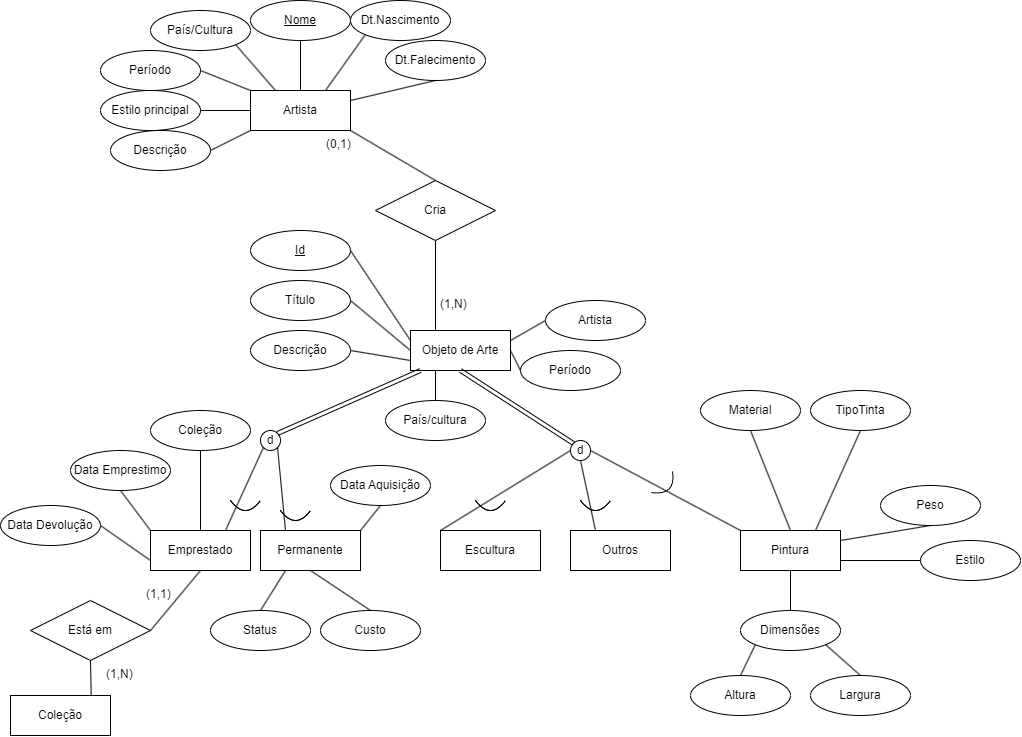
Earlier version of the draw.io export exercicio da prova.drawio.png (VitorFonseca123/ExerciciosACH2004_BD). Source tidied: cells renumbered, new cells last; positions are measured from the earlier drawing's top-left corner, leaving out a move shared by most shapes.
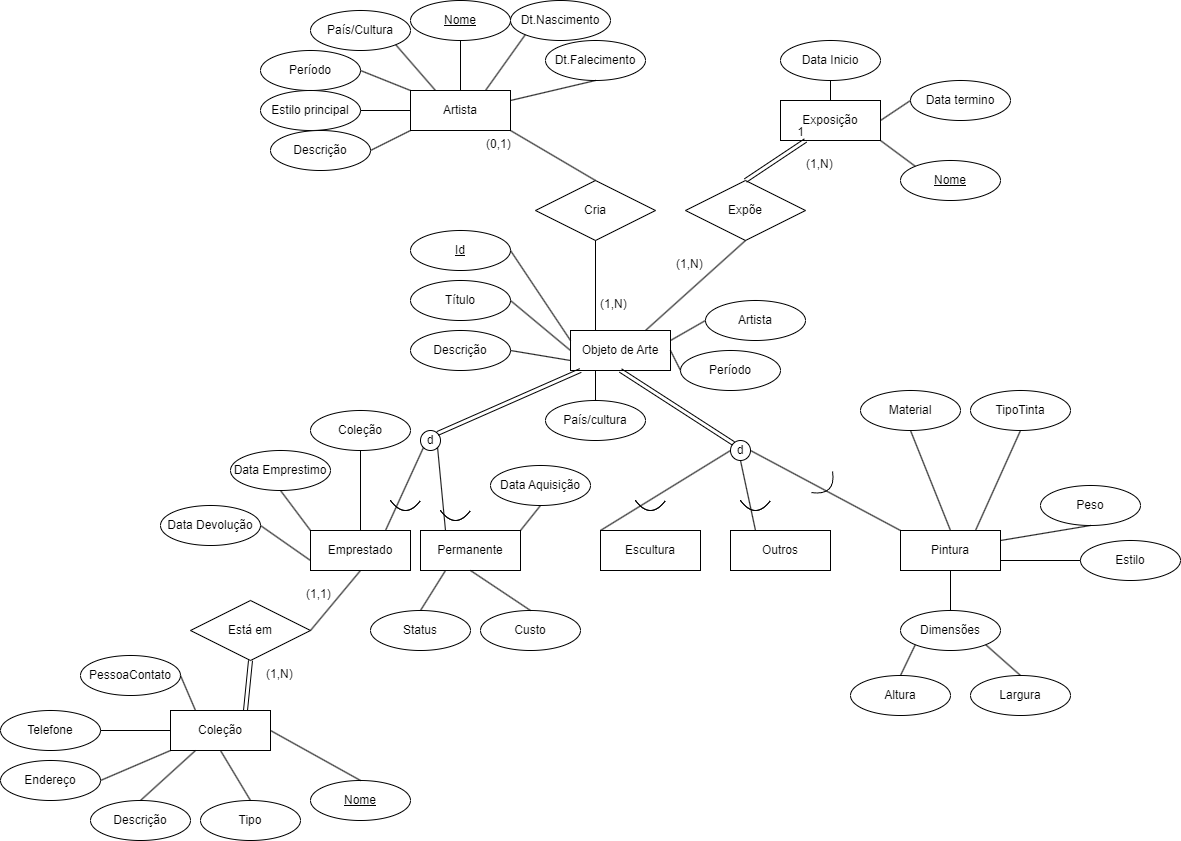
The same diagram one commit later.

The edit, as a diff of the source:
```diff
@@ -157,7 +157,7 @@
       <mxGeometry relative="1" as="geometry" />
     </mxCell>
     <mxCell id="52" value="Coleção" style="whiteSpace=wrap;html=1;align=center;" parent="1" vertex="1">
-      <mxGeometry x="10" y="695" width="100" height="40" as="geometry" />
+      <mxGeometry x="10" y="710" width="100" height="40" as="geometry" />
     </mxCell>
     <mxCell id="53" value="Está em" style="shape=rhombus;perimeter=rhombusPerimeter;whiteSpace=wrap;html=1;align=center;" parent="1" vertex="1">
       <mxGeometry x="30" y="600" width="120" height="60" as="geometry" />
@@ -165,9 +165,6 @@
     <mxCell id="54" style="endArrow=none;html=1;rounded=0;exitX=1;exitY=0.5;exitDx=0;exitDy=0;entryX=0.5;entryY=1;entryDx=0;entryDy=0;" parent="1" edge="1" source="53" target="34">
       <mxGeometry relative="1" as="geometry" />
     </mxCell>
-    <mxCell id="55" style="endArrow=none;html=1;rounded=0;exitX=0.5;exitY=1;exitDx=0;exitDy=0;entryX=0.807;entryY=-0.008;entryDx=0;entryDy=0;entryPerimeter=0;" parent="1" edge="1" source="53" target="52">
-      <mxGeometry relative="1" as="geometry" />
-    </mxCell>
     <mxCell id="56" value="(1,1)" style="text;strokeColor=none;fillColor=none;spacingLeft=4;spacingRight=4;overflow=hidden;fontSize=12;whiteSpace=wrap;html=1;" parent="1" vertex="1">
       <mxGeometry x="140" y="580" width="40" height="30" as="geometry" />
     </mxCell>
@@ -258,5 +255,83 @@
     <mxCell id="85" style="endArrow=none;html=1;rounded=0;exitX=1;exitY=0.5;exitDx=0;exitDy=0;entryX=0;entryY=0.5;entryDx=0;entryDy=0;" parent="1" edge="1" source="77" target="69">
       <mxGeometry relative="1" as="geometry" />
     </mxCell>
+    <mxCell id="86" value="Exposição" style="whiteSpace=wrap;html=1;align=center;" parent="1" vertex="1">
+      <mxGeometry x="620" y="100" width="100" height="40" as="geometry" />
+    </mxCell>
+    <mxCell id="87" value="Data Inicio" style="ellipse;whiteSpace=wrap;html=1;align=center;" parent="1" vertex="1">
+      <mxGeometry x="620" y="40" width="100" height="40" as="geometry" />
+    </mxCell>
+    <mxCell id="88" value="Data termino" style="ellipse;whiteSpace=wrap;html=1;align=center;" parent="1" vertex="1">
+      <mxGeometry x="750" y="80" width="100" height="40" as="geometry" />
+    </mxCell>
+    <mxCell id="89" value="Nome" style="ellipse;whiteSpace=wrap;html=1;align=center;fontStyle=4;" parent="1" vertex="1">
+      <mxGeometry x="740" y="160" width="100" height="40" as="geometry" />
+    </mxCell>
+    <mxCell id="90" style="endArrow=none;html=1;rounded=0;exitX=0;exitY=0;exitDx=0;exitDy=0;entryX=1;entryY=1;entryDx=0;entryDy=0;" parent="1" edge="1" source="89" target="86">
+      <mxGeometry relative="1" as="geometry" />
+    </mxCell>
+    <mxCell id="91" style="endArrow=none;html=1;rounded=0;entryX=1;entryY=0.5;entryDx=0;entryDy=0;exitX=0;exitY=0.5;exitDx=0;exitDy=0;" parent="1" edge="1" source="88" target="86">
+      <mxGeometry relative="1" as="geometry" />
+    </mxCell>
+    <mxCell id="92" style="endArrow=none;html=1;rounded=0;exitX=0.5;exitY=1;exitDx=0;exitDy=0;entryX=0.5;entryY=0;entryDx=0;entryDy=0;" parent="1" edge="1" source="87" target="86">
+      <mxGeometry relative="1" as="geometry" />
+    </mxCell>
+    <mxCell id="93" value="Expõe" style="shape=rhombus;perimeter=rhombusPerimeter;whiteSpace=wrap;html=1;align=center;" parent="1" vertex="1">
+      <mxGeometry x="525" y="180" width="120" height="60" as="geometry" />
+    </mxCell>
+    <mxCell id="94" style="endArrow=none;html=1;rounded=0;exitX=0.5;exitY=1;exitDx=0;exitDy=0;entryX=0.75;entryY=0;entryDx=0;entryDy=0;" parent="1" edge="1" source="93" target="2">
+      <mxGeometry relative="1" as="geometry" />
+    </mxCell>
+    <mxCell id="95" value="(1,N)" style="text;strokeColor=none;fillColor=none;spacingLeft=4;spacingRight=4;overflow=hidden;fontSize=12;whiteSpace=wrap;html=1;" parent="1" vertex="1">
+      <mxGeometry x="640" y="150" width="40" height="30" as="geometry" />
+    </mxCell>
+    <mxCell id="96" value="(1,N)" style="text;strokeColor=none;fillColor=none;spacingLeft=4;spacingRight=4;overflow=hidden;fontSize=12;whiteSpace=wrap;html=1;" parent="1" vertex="1">
+      <mxGeometry x="510" y="250" width="40" height="30" as="geometry" />
+    </mxCell>
+    <mxCell id="97" value="Nome" style="ellipse;whiteSpace=wrap;html=1;align=center;fontStyle=4;" parent="1" vertex="1">
+      <mxGeometry x="150" y="780" width="100" height="40" as="geometry" />
+    </mxCell>
+    <mxCell id="98" value="Tipo" style="ellipse;whiteSpace=wrap;html=1;align=center;" parent="1" vertex="1">
+      <mxGeometry x="40" y="800" width="100" height="40" as="geometry" />
+    </mxCell>
+    <mxCell id="55" style="shape=link;html=1;rounded=0;exitX=0.5;exitY=1;exitDx=0;exitDy=0;entryX=0.75;entryY=0;entryDx=0;entryDy=0;" parent="1" edge="1" source="53" target="52">
+      <mxGeometry relative="1" as="geometry" />
+    </mxCell>
+    <mxCell id="99" style="shape=link;html=1;rounded=0;exitX=0.5;exitY=0;exitDx=0;exitDy=0;entryX=0.25;entryY=1;entryDx=0;entryDy=0;" parent="1" edge="1" source="93" target="86">
+      <mxGeometry relative="1" as="geometry" />
+    </mxCell>
+    <mxCell id="100" value="1" style="html=1;whiteSpace=wrap;align=right;verticalAlign=bottom;" parent="99" vertex="1">
+      <mxGeometry x="1" relative="1" as="geometry" />
+    </mxCell>
+    <mxCell id="101" value="Descrição" style="ellipse;whiteSpace=wrap;html=1;align=center;" parent="1" vertex="1">
+      <mxGeometry x="-70" y="800" width="100" height="40" as="geometry" />
+    </mxCell>
+    <mxCell id="102" value="Endereço&lt;br&gt;" style="ellipse;whiteSpace=wrap;html=1;align=center;" parent="1" vertex="1">
+      <mxGeometry x="-160" y="760" width="100" height="40" as="geometry" />
+    </mxCell>
+    <mxCell id="103" value="Telefone" style="ellipse;whiteSpace=wrap;html=1;align=center;" parent="1" vertex="1">
+      <mxGeometry x="-160" y="710" width="100" height="40" as="geometry" />
+    </mxCell>
+    <mxCell id="104" value="PessoaContato" style="ellipse;whiteSpace=wrap;html=1;align=center;" parent="1" vertex="1">
+      <mxGeometry x="-80" y="655" width="100" height="40" as="geometry" />
+    </mxCell>
+    <mxCell id="105" style="endArrow=none;html=1;rounded=0;exitX=1;exitY=0.5;exitDx=0;exitDy=0;entryX=0.25;entryY=0;entryDx=0;entryDy=0;" parent="1" edge="1" source="104" target="52">
+      <mxGeometry relative="1" as="geometry" />
+    </mxCell>
+    <mxCell id="106" style="endArrow=none;html=1;rounded=0;exitX=1;exitY=0.5;exitDx=0;exitDy=0;entryX=0;entryY=0.5;entryDx=0;entryDy=0;" parent="1" edge="1" source="103" target="52">
+      <mxGeometry relative="1" as="geometry" />
+    </mxCell>
+    <mxCell id="107" style="endArrow=none;html=1;rounded=0;exitX=1;exitY=0.5;exitDx=0;exitDy=0;entryX=0;entryY=1;entryDx=0;entryDy=0;" parent="1" edge="1" source="102" target="52">
+      <mxGeometry relative="1" as="geometry" />
+    </mxCell>
+    <mxCell id="108" style="endArrow=none;html=1;rounded=0;exitX=0.5;exitY=0;exitDx=0;exitDy=0;entryX=0.25;entryY=1;entryDx=0;entryDy=0;" parent="1" edge="1" source="101" target="52">
+      <mxGeometry relative="1" as="geometry" />
+    </mxCell>
+    <mxCell id="109" style="endArrow=none;html=1;rounded=0;exitX=0.5;exitY=0;exitDx=0;exitDy=0;entryX=1;entryY=0.5;entryDx=0;entryDy=0;" parent="1" edge="1" source="97" target="52">
+      <mxGeometry relative="1" as="geometry" />
+    </mxCell>
+    <mxCell id="110" style="endArrow=none;html=1;rounded=0;entryX=0.5;entryY=0;entryDx=0;entryDy=0;exitX=0.5;exitY=1;exitDx=0;exitDy=0;" parent="1" edge="1" source="52" target="98">
+      <mxGeometry relative="1" as="geometry" />
+    </mxCell>
   </root>
 </mxGraphModel>
```
